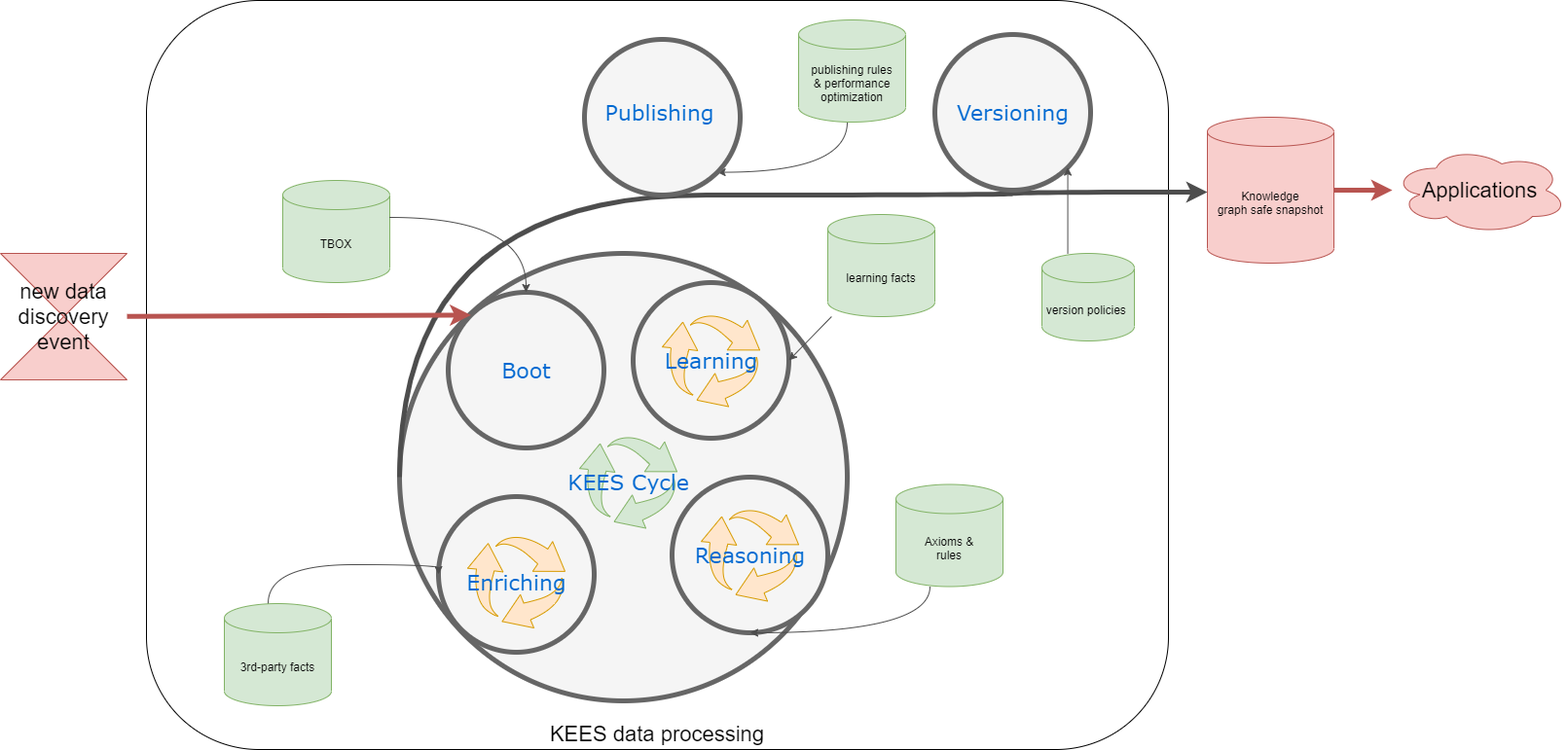
linkeddatacenter/kees keeps this draw.io diagram as v1/images/cycle.png. Above is the earlier version. Source tidied: cells renumbered, new cells last; positions are measured from the earlier drawing's top-left corner, leaving out a move shared by most shapes.
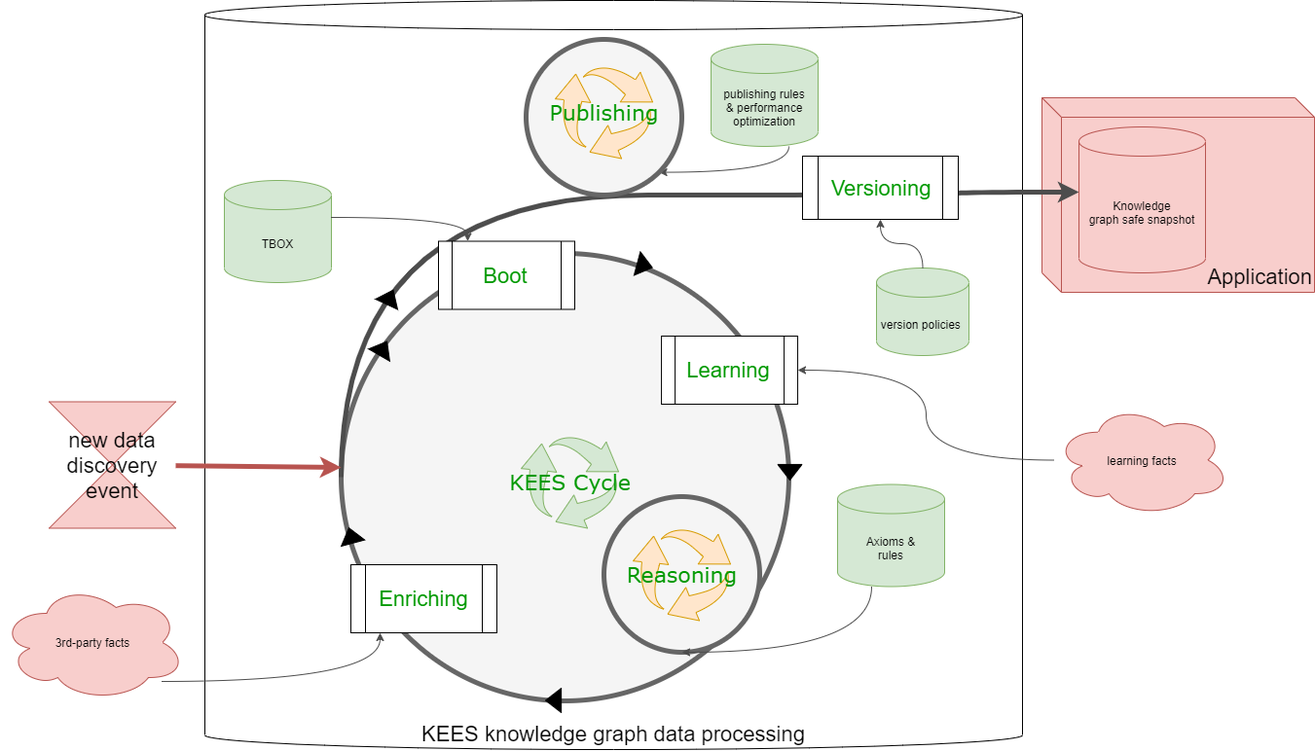
After the change.

Diff of the diagram source:
```diff
@@ -2,8 +2,11 @@
   <root>
     <mxCell id="0" />
     <mxCell id="1" parent="0" />
+    <mxCell id="36" value="&lt;span&gt;Application&lt;/span&gt;" style="shape=cube;whiteSpace=wrap;html=1;fontSize=22;fillColor=#f8cecc;verticalAlign=bottom;strokeColor=#b85450;align=right;" parent="1" vertex="1">
+      <mxGeometry x="1130" y="100" width="280" height="200" as="geometry" />
+    </mxCell>
-    <mxCell id="2" value="KEES data processing" style="rounded=1;whiteSpace=wrap;html=1;fontSize=22;fillColor=default;verticalAlign=bottom;" parent="1" vertex="1">
-      <mxGeometry x="150" width="1050" height="770" as="geometry" />
+    <mxCell id="2" value="KEES knowledge graph data processing" style="shape=cylinder3;whiteSpace=wrap;html=1;fontSize=22;fillColor=default;verticalAlign=bottom;" parent="1" vertex="1">
+      <mxGeometry x="270" width="840" height="770" as="geometry" />
     </mxCell>
     <mxCell id="3" style="ellipse;whiteSpace=wrap;html=1;rounded=0;shadow=0;dashed=0;comic=0;fontFamily=Verdana;fontSize=22;fontColor=#0069D1;fillColor=#f5f5f5;strokeColor=#666666;strokeWidth=5;" parent="1" vertex="1">
       <mxGeometry x="410" y="260" width="460" height="460" as="geometry" />
@@ -19,51 +22,30 @@
         </Array>
       </mxGeometry>
     </mxCell>
-    <mxCell id="5" style="group;" parent="1" vertex="1">
-      <mxGeometry x="690" y="490" width="160" height="160" as="geometry" />
+    <mxCell id="5" style="group;fontColor=#009900;" parent="1" vertex="1">
+      <mxGeometry x="680" y="510" width="160" height="160" as="geometry" />
     </mxCell>
     <mxCell id="6" style="ellipse;whiteSpace=wrap;html=1;rounded=0;shadow=0;dashed=0;comic=0;fontFamily=Verdana;fontSize=22;fontColor=#0069D1;fillColor=#f5f5f5;strokeColor=#666666;strokeWidth=5;" parent="5" vertex="1">
       <mxGeometry width="160" height="160" as="geometry" />
     </mxCell>
-    <mxCell id="7" value="&lt;span style=&quot;color: rgb(0 , 105 , 209) ; font-family: &amp;#34;verdana&amp;#34; ; font-size: 22px&quot;&gt;Reasoning&lt;/span&gt;" style="sketch=0;html=1;strokeColor=#d79b00;shadow=0;align=center;verticalAlign=middle;fillColor=#ffe6cc;shape=mxgraph.gcp2.arrow_cycle;" parent="5" vertex="1">
+    <mxCell id="7" value="&lt;span style=&quot;font-family: verdana; font-size: 22px;&quot;&gt;Reasoning&lt;/span&gt;" style="sketch=0;html=1;strokeColor=#d79b00;shadow=0;align=center;verticalAlign=middle;fillColor=#ffe6cc;shape=mxgraph.gcp2.arrow_cycle;fontColor=#009900;" parent="5" vertex="1">
       <mxGeometry x="30" y="32.5" width="100" height="95" as="geometry" />
     </mxCell>
-    <mxCell id="8" style="group;" parent="1" vertex="1">
-      <mxGeometry x="650" y="290" width="160" height="160" as="geometry" />
-    </mxCell>
-    <mxCell id="9" value="&lt;span style=&quot;color: rgba(0 , 0 , 0 , 0) ; font-family: monospace ; font-size: 0px&quot;&gt;%3CmxGraphModel%3E%3Croot%3E%3CmxCell%20id%3D%220%22%2F%3E%3CmxCell%20id%3D%221%22%20parent%3D%220%22%2F%3E%3CmxCell%20id%3D%222%22%20value%3D%22%26lt%3Bspan%20style%3D%26quot%3Bcolor%3A%20rgb(0%20%2C%20105%20%2C%20209)%20%3B%20font-family%3A%20%26amp%3B%2334%3Bverdana%26amp%3B%2334%3B%20%3B%20font-size%3A%2022px%26quot%3B%26gt%3BReasoning%26lt%3B%2Fspan%26gt%3B%22%20style%3D%22sketch%3D0%3Bhtml%3D1%3Baspect%3Dfixed%3BstrokeColor%3Dnone%3Bshadow%3D0%3Balign%3Dcenter%3BverticalAlign%3Dmiddle%3BfillColor%3D%2399CCFF%3Bshape%3Dmxgraph.gcp2.arrow_cycle%22%20vertex%3D%221%22%20parent%3D%221%22%3E%3CmxGeometry%20x%3D%22690%22%20y%3D%22402.5%22%20width%3D%22100%22%20height%3D%2295%22%20as%3D%22geometry%22%2F%3E%3C%2FmxCell%3E%3C%2Froot%3E%3C%2FmxGraphModel%3E&lt;/span&gt;" style="ellipse;whiteSpace=wrap;html=1;rounded=0;shadow=0;dashed=0;comic=0;fontFamily=Verdana;fontSize=22;fontColor=#0069D1;fillColor=#f5f5f5;strokeColor=#666666;strokeWidth=5;" parent="8" vertex="1">
-      <mxGeometry width="160" height="160" as="geometry" />
-    </mxCell>
-    <mxCell id="10" value="&lt;span style=&quot;color: rgb(0 , 105 , 209) ; font-family: &amp;#34;verdana&amp;#34; ; font-size: 22px&quot;&gt;Learning&lt;/span&gt;" style="sketch=0;html=1;strokeColor=#d79b00;shadow=0;align=center;verticalAlign=middle;fillColor=#ffe6cc;shape=mxgraph.gcp2.arrow_cycle;" parent="8" vertex="1">
-      <mxGeometry x="30" y="32.5" width="100" height="95" as="geometry" />
-    </mxCell>
-    <mxCell id="11" style="group;" parent="1" vertex="1">
-      <mxGeometry x="450" y="510" width="160" height="160" as="geometry" />
-    </mxCell>
-    <mxCell id="12" value="&lt;span style=&quot;color: rgba(0 , 0 , 0 , 0) ; font-family: monospace ; font-size: 0px&quot;&gt;%3CmxGraphModel%3E%3Croot%3E%3CmxCell%20id%3D%220%22%2F%3E%3CmxCell%20id%3D%221%22%20parent%3D%220%22%2F%3E%3CmxCell%20id%3D%222%22%20value%3D%22%26lt%3Bspan%20style%3D%26quot%3Bcolor%3A%20rgb(0%20%2C%20105%20%2C%20209)%20%3B%20font-family%3A%20%26amp%3B%2334%3Bverdana%26amp%3B%2334%3B%20%3B%20font-size%3A%2022px%26quot%3B%26gt%3BLearning%26lt%3B%2Fspan%26gt%3B%22%20style%3D%22sketch%3D0%3Bhtml%3D1%3Baspect%3Dfixed%3BstrokeColor%3Dnone%3Bshadow%3D0%3Balign%3Dcenter%3BverticalAlign%3Dmiddle%3BfillColor%3D%2399CCFF%3Bshape%3Dmxgraph.gcp2.arrow_cycle%22%20vertex%3D%221%22%20parent%3D%221%22%3E%3CmxGeometry%20x%3D%22630%22%20y%3D%22182.5%22%20width%3D%22100%22%20height%3D%2295%22%20as%3D%22geometry%22%2F%3E%3C%2FmxCell%3E%3C%2Froot%3E%3C%2FmxGraphModel%3E&lt;/span&gt;" style="ellipse;whiteSpace=wrap;html=1;rounded=0;shadow=0;dashed=0;comic=0;fontFamily=Verdana;fontSize=22;fontColor=#0069D1;fillColor=#f5f5f5;strokeColor=#666666;strokeWidth=5;" parent="11" vertex="1">
-      <mxGeometry width="160" height="160" as="geometry" />
-    </mxCell>
-    <mxCell id="13" value="&lt;span style=&quot;color: rgb(0 , 105 , 209) ; font-family: &amp;#34;verdana&amp;#34; ; font-size: 22px&quot;&gt;Enriching&lt;/span&gt;" style="sketch=0;html=1;strokeColor=#d79b00;shadow=0;align=center;verticalAlign=middle;fillColor=#ffe6cc;shape=mxgraph.gcp2.arrow_cycle;" parent="11" vertex="1">
-      <mxGeometry x="30" y="40" width="100" height="95" as="geometry" />
-    </mxCell>
-    <mxCell id="14" style="rounded=0;jettySize=auto;html=1;strokeColor=#4D4D4D;strokeWidth=1;fontSize=9;" parent="1" edge="1" source="15">
-      <mxGeometry x="-0.86" relative="1" as="geometry">
-        <mxPoint x="810" y="370" as="targetPoint" />
-      </mxGeometry>
+    <mxCell id="14" style="rounded=0;jettySize=auto;html=1;strokeColor=#4D4D4D;strokeWidth=1;fontSize=9;edgeStyle=orthogonalEdgeStyle;curved=1;" parent="1" edge="1" source="15" target="10">
+      <mxGeometry x="-0.86" relative="1" as="geometry" />
     </mxCell>
-    <mxCell id="15" value="learning facts" style="shape=cylinder3;whiteSpace=wrap;html=1;boundedLbl=1;backgroundOutline=1;size=15;strokeWidth=0;fillColor=#d5e8d4;verticalAlign=middle;strokeColor=#82b366;" parent="1" vertex="1">
-      <mxGeometry x="850" y="220" width="110" height="105" as="geometry" />
+    <mxCell id="15" value="learning facts" style="ellipse;shape=cloud;whiteSpace=wrap;html=1;boundedLbl=1;backgroundOutline=1;size=15;strokeWidth=0;fillColor=#f8cecc;verticalAlign=middle;strokeColor=#b85450;" parent="1" vertex="1">
+      <mxGeometry x="1143" y="415" width="180" height="115" as="geometry" />
     </mxCell>
-    <mxCell id="16" style="edgeStyle=orthogonalEdgeStyle;curved=1;rounded=0;jettySize=auto;html=1;strokeColor=#4D4D4D;strokeWidth=1;entryX=0;entryY=0.5;entryDx=0;entryDy=0;" parent="1" edge="1" source="17" target="12">
+    <mxCell id="16" style="edgeStyle=orthogonalEdgeStyle;curved=1;rounded=0;jettySize=auto;html=1;strokeColor=#4D4D4D;strokeWidth=1;" parent="1" edge="1" source="17" target="13">
       <mxGeometry relative="1" as="geometry">
         <Array as="points">
-          <mxPoint x="275" y="580" />
-          <mxPoint x="450" y="580" />
+          <mxPoint x="450" y="700" />
         </Array>
       </mxGeometry>
     </mxCell>
-    <mxCell id="17" value="3rd-party facts" style="shape=cylinder3;whiteSpace=wrap;html=1;boundedLbl=1;backgroundOutline=1;size=15;strokeWidth=0;fillColor=#d5e8d4;verticalAlign=middle;strokeColor=#82b366;" parent="1" vertex="1">
-      <mxGeometry x="230" y="620" width="110" height="105" as="geometry" />
+    <mxCell id="17" value="3rd-party facts" style="ellipse;shape=cloud;whiteSpace=wrap;html=1;boundedLbl=1;backgroundOutline=1;size=15;strokeWidth=0;fillColor=#f8cecc;verticalAlign=middle;strokeColor=#b85450;" parent="1" vertex="1">
+      <mxGeometry x="60" y="600" width="190" height="120" as="geometry" />
     </mxCell>
     <mxCell id="18" style="edgeStyle=orthogonalEdgeStyle;curved=1;rounded=0;jettySize=auto;html=1;entryX=0.5;entryY=1;entryDx=0;entryDy=0;strokeColor=#4D4D4D;strokeWidth=1;" parent="1" edge="1" source="19" target="6">
       <mxGeometry relative="1" as="geometry">
@@ -83,72 +65,76 @@
       </mxGeometry>
     </mxCell>
     <mxCell id="21" value="publishing rules&lt;br&gt;&amp;amp; performance optimization" style="shape=cylinder3;whiteSpace=wrap;html=1;boundedLbl=1;backgroundOutline=1;size=15;strokeWidth=0;fillColor=#d5e8d4;verticalAlign=middle;strokeColor=#82b366;" parent="1" vertex="1">
-      <mxGeometry x="820" y="20" width="110" height="105" as="geometry" />
+      <mxGeometry x="790" y="45" width="110" height="105" as="geometry" />
     </mxCell>
-    <mxCell id="22" style="group;" parent="1" vertex="1">
-      <mxGeometry x="460" y="300" width="160" height="160" as="geometry" />
-    </mxCell>
-    <mxCell id="23" value="&lt;span style=&quot;color: rgba(0 , 0 , 0 , 0) ; font-family: monospace ; font-size: 0px&quot;&gt;Bo&lt;/span&gt;" style="ellipse;whiteSpace=wrap;html=1;rounded=0;shadow=0;dashed=0;comic=0;fontFamily=Verdana;fontSize=22;fontColor=#0069D1;fillColor=#f5f5f5;strokeColor=#666666;strokeWidth=5;" parent="22" vertex="1">
-      <mxGeometry width="160" height="160" as="geometry" />
-    </mxCell>
-    <mxCell id="24" value="Boot" style="rectangle;whiteSpace=wrap;html=1;rounded=0;shadow=0;dashed=0;comic=0;fontFamily=Verdana;fontSize=22;fontColor=#0069D1;fillColor=#f5f5f5;strokeColor=none;" parent="22" vertex="1">
-      <mxGeometry x="27.5" y="50" width="105" height="60" as="geometry" />
-    </mxCell>
     <mxCell id="25" value="TBOX" style="shape=cylinder3;whiteSpace=wrap;html=1;boundedLbl=1;backgroundOutline=1;size=15;strokeWidth=0;fillColor=#d5e8d4;verticalAlign=middle;strokeColor=#82b366;" parent="1" vertex="1">
       <mxGeometry x="290" y="185" width="110" height="105" as="geometry" />
     </mxCell>
-    <mxCell id="26" style="edgeStyle=orthogonalEdgeStyle;curved=1;rounded=0;jettySize=auto;html=1;strokeColor=#4D4D4D;strokeWidth=1;entryX=0.5;entryY=0;entryDx=0;entryDy=0;" parent="1" edge="1" source="25" target="23">
+    <mxCell id="26" style="edgeStyle=orthogonalEdgeStyle;curved=1;rounded=0;jettySize=auto;html=1;strokeColor=#4D4D4D;strokeWidth=1;" parent="1" edge="1" source="25" target="24">
       <mxGeometry relative="1" as="geometry">
         <Array as="points">
           <mxPoint x="540" y="223" />
         </Array>
       </mxGeometry>
     </mxCell>
-    <mxCell id="27" style="group;" parent="1" vertex="1">
+    <mxCell id="27" style="group;fontColor=#009900;" parent="1" vertex="1">
       <mxGeometry x="600" y="40" width="160" height="160" as="geometry" />
     </mxCell>
     <mxCell id="28" style="ellipse;whiteSpace=wrap;html=1;rounded=0;shadow=0;dashed=0;comic=0;fontFamily=Verdana;fontSize=22;fontColor=#0069D1;fillColor=#f5f5f5;strokeColor=#666666;strokeWidth=5;" parent="27" vertex="1">
       <mxGeometry width="160" height="160" as="geometry" />
     </mxCell>
-    <mxCell id="29" value="Publishing" style="rectangle;whiteSpace=wrap;html=1;rounded=0;shadow=0;dashed=0;comic=0;fontFamily=Verdana;fontSize=22;fontColor=#0069D1;fillColor=#f5f5f5;strokeColor=none;" parent="27" vertex="1">
-      <mxGeometry x="25" y="45" width="105" height="60" as="geometry" />
+    <mxCell id="29" value="&lt;span style=&quot;font-family: &amp;#34;verdana&amp;#34; ; font-size: 22px&quot;&gt;&lt;font color=&quot;#009900&quot;&gt;Publishing&lt;/font&gt;&lt;/span&gt;" style="sketch=0;html=1;strokeColor=#d79b00;shadow=0;align=center;verticalAlign=middle;fillColor=#ffe6cc;shape=mxgraph.gcp2.arrow_cycle;" parent="27" vertex="1">
+      <mxGeometry x="30" y="27.5" width="100" height="95" as="geometry" />
     </mxCell>
-    <mxCell id="30" style="group;" parent="1" vertex="1">
-      <mxGeometry x="960" y="35" width="160" height="160" as="geometry" />
-    </mxCell>
-    <mxCell id="31" value="&lt;span style=&quot;color: rgba(0 , 0 , 0 , 0) ; font-family: monospace ; font-size: 0px&quot;&gt;Bo&lt;/span&gt;" style="ellipse;whiteSpace=wrap;html=1;rounded=0;shadow=0;dashed=0;comic=0;fontFamily=Verdana;fontSize=22;fontColor=#0069D1;fillColor=#f5f5f5;strokeColor=#666666;strokeWidth=5;" parent="30" vertex="1">
-      <mxGeometry width="160" height="160" as="geometry" />
-    </mxCell>
-    <mxCell id="32" value="Versioning" style="rectangle;whiteSpace=wrap;html=1;rounded=0;shadow=0;dashed=0;comic=0;fontFamily=Verdana;fontSize=22;fontColor=#0069D1;fillColor=#f5f5f5;strokeColor=none;" parent="30" vertex="1">
-      <mxGeometry x="27.5" y="50" width="105" height="60" as="geometry" />
-    </mxCell>
-    <mxCell id="33" style="edgeStyle=none;rounded=0;jettySize=auto;html=1;fontSize=22;strokeWidth=5;fillColor=#f8cecc;strokeColor=#b85450;endArrow=classic;endFill=1;" parent="1" edge="1" source="34" target="36">
-      <mxGeometry relative="1" as="geometry" />
-    </mxCell>
     <mxCell id="34" value="Knowledge&lt;br&gt;graph safe snapshot" style="shape=cylinder3;whiteSpace=wrap;html=1;boundedLbl=1;backgroundOutline=1;size=15;fillColor=#f8cecc;strokeColor=#b85450;" parent="1" vertex="1">
-      <mxGeometry x="1240" y="120" width="130" height="150" as="geometry" />
+      <mxGeometry x="1168" y="130" width="130" height="150" as="geometry" />
     </mxCell>
-    <mxCell id="35" style="rounded=0;jettySize=auto;html=1;fontSize=22;strokeWidth=5;fillColor=#f8cecc;strokeColor=#b85450;entryX=0;entryY=0;entryDx=0;entryDy=0;" parent="1" edge="1" source="39" target="23">
-      <mxGeometry relative="1" as="geometry" />
+    <mxCell id="35" style="rounded=0;jettySize=auto;html=1;fontSize=22;strokeWidth=5;fillColor=#f8cecc;strokeColor=#b85450;" parent="1" edge="1" source="39">
+      <mxGeometry relative="1" as="geometry">
+        <mxPoint x="410" y="480" as="targetPoint" />
+      </mxGeometry>
     </mxCell>
-    <mxCell id="36" value="&lt;span&gt;Applications&lt;/span&gt;" style="ellipse;shape=cloud;whiteSpace=wrap;html=1;fontSize=22;fillColor=#f8cecc;verticalAlign=middle;strokeColor=#b85450;" parent="1" vertex="1">
-      <mxGeometry x="1430" y="150" width="180" height="90" as="geometry" />
-    </mxCell>
     <mxCell id="37" value="version policies&amp;nbsp;" style="shape=cylinder3;whiteSpace=wrap;html=1;boundedLbl=1;backgroundOutline=1;size=15;strokeWidth=0;fillColor=#d5e8d4;verticalAlign=middle;strokeColor=#82b366;" parent="1" vertex="1">
-      <mxGeometry x="1070" y="260" width="95" height="90" as="geometry" />
+      <mxGeometry x="960" y="275" width="95" height="90" as="geometry" />
     </mxCell>
-    <mxCell id="38" style="rounded=0;jettySize=auto;html=1;strokeColor=#4D4D4D;strokeWidth=1;edgeStyle=orthogonalEdgeStyle;curved=1;fontSize=9;entryX=1;entryY=1;entryDx=0;entryDy=0;" parent="1" edge="1" source="37" target="31">
-      <mxGeometry x="-0.86" relative="1" as="geometry">
-        <Array as="points">
-          <mxPoint x="1097" y="172" />
-        </Array>
-      </mxGeometry>
-    </mxCell>
     <mxCell id="39" value="new data discovery event" style="shape=collate;whiteSpace=wrap;html=1;fontSize=22;fillColor=#f8cecc;verticalAlign=middle;strokeColor=#b85450;" parent="1" vertex="1">
-      <mxGeometry y="260" width="130" height="130" as="geometry" />
+      <mxGeometry x="110" y="412.5" width="130" height="130" as="geometry" />
     </mxCell>
-    <mxCell id="40" value="&lt;span style=&quot;color: rgb(0 , 105 , 209) ; font-family: &amp;#34;verdana&amp;#34; ; font-size: 22px&quot;&gt;KEES Cycle&lt;/span&gt;" style="sketch=0;html=1;strokeColor=#82b366;shadow=0;align=center;verticalAlign=middle;fillColor=#d5e8d4;shape=mxgraph.gcp2.arrow_cycle;" parent="1" vertex="1">
+    <mxCell id="40" value="&lt;span style=&quot;font-family: verdana; font-size: 22px;&quot;&gt;KEES Cycle&lt;/span&gt;" style="sketch=0;html=1;strokeColor=#82b366;shadow=0;align=center;verticalAlign=middle;fillColor=#d5e8d4;shape=mxgraph.gcp2.arrow_cycle;fontColor=#009900;" parent="1" vertex="1">
       <mxGeometry x="595" y="447.5" width="100" height="95" as="geometry" />
     </mxCell>
+    <mxCell id="24" value="Boot" style="shape=process;whiteSpace=wrap;html=1;backgroundOutline=1;labelBackgroundColor=default;fontColor=#009900;gradientColor=none;fontSize=22;" parent="1" vertex="1">
+      <mxGeometry x="510" y="247.5" width="140" height="70" as="geometry" />
+    </mxCell>
+    <mxCell id="10" value="Learning" style="shape=process;whiteSpace=wrap;html=1;backgroundOutline=1;labelBackgroundColor=default;fontColor=#009900;gradientColor=none;fontSize=22;" parent="1" vertex="1">
+      <mxGeometry x="739.1" y="345" width="140" height="70" as="geometry" />
+    </mxCell>
+    <mxCell id="13" value="Enriching" style="shape=process;whiteSpace=wrap;html=1;backgroundOutline=1;labelBackgroundColor=default;fontColor=#009900;gradientColor=none;fontSize=22;" parent="1" vertex="1">
+      <mxGeometry x="420" y="580" width="150" height="70" as="geometry" />
+    </mxCell>
+    <mxCell id="41" style="triangle;whiteSpace=wrap;html=1;labelBackgroundColor=default;fontSize=22;fontColor=#0000FF;gradientColor=none;rotation=15;fillColor=#000000;" parent="1" vertex="1">
+      <mxGeometry x="713.9" y="260" width="16.1" height="25" as="geometry" />
+    </mxCell>
+    <mxCell id="42" style="triangle;whiteSpace=wrap;html=1;labelBackgroundColor=default;fontSize=22;fontColor=#0000FF;gradientColor=none;rotation=90;fillColor=#000000;" parent="1" vertex="1">
+      <mxGeometry x="862.9" y="472.5" width="16.1" height="25" as="geometry" />
+    </mxCell>
+    <mxCell id="43" style="triangle;whiteSpace=wrap;html=1;labelBackgroundColor=default;fontSize=22;fontColor=#0000FF;gradientColor=none;rotation=-180;fillColor=#000000;" parent="1" vertex="1">
+      <mxGeometry x="620" y="707" width="16.1" height="25" as="geometry" />
+    </mxCell>
+    <mxCell id="44" style="triangle;whiteSpace=wrap;html=1;labelBackgroundColor=default;fontSize=22;fontColor=#0000FF;gradientColor=none;rotation=-105;fillColor=#000000;" parent="1" vertex="1">
+      <mxGeometry x="412" y="537.5" width="16.1" height="25" as="geometry" />
+    </mxCell>
+    <mxCell id="45" style="triangle;whiteSpace=wrap;html=1;labelBackgroundColor=default;fontSize=22;fontColor=#0000FF;gradientColor=none;rotation=-65;fillColor=#000000;" parent="1" vertex="1">
+      <mxGeometry x="452" y="292.5" width="16.1" height="25" as="geometry" />
+    </mxCell>
+    <mxCell id="46" style="triangle;whiteSpace=wrap;html=1;labelBackgroundColor=default;fontSize=22;fontColor=#0000FF;gradientColor=none;rotation=-60;fillColor=#000000;" parent="1" vertex="1">
+      <mxGeometry x="445" y="345" width="16.1" height="25" as="geometry" />
+    </mxCell>
+    <mxCell id="32" value="Versioning" style="shape=process;whiteSpace=wrap;html=1;backgroundOutline=1;labelBackgroundColor=default;fontColor=#009900;gradientColor=none;fontSize=22;" parent="1" vertex="1">
+      <mxGeometry x="884" y="160" width="160" height="65" as="geometry" />
+    </mxCell>
+    <mxCell id="47" style="rounded=0;jettySize=auto;html=1;strokeColor=#4D4D4D;strokeWidth=1;edgeStyle=orthogonalEdgeStyle;curved=1;fontSize=9;" parent="1" edge="1" source="37" target="32">
+      <mxGeometry x="-0.86" relative="1" as="geometry" />
+    </mxCell>
   </root>
 </mxGraphModel>
```
